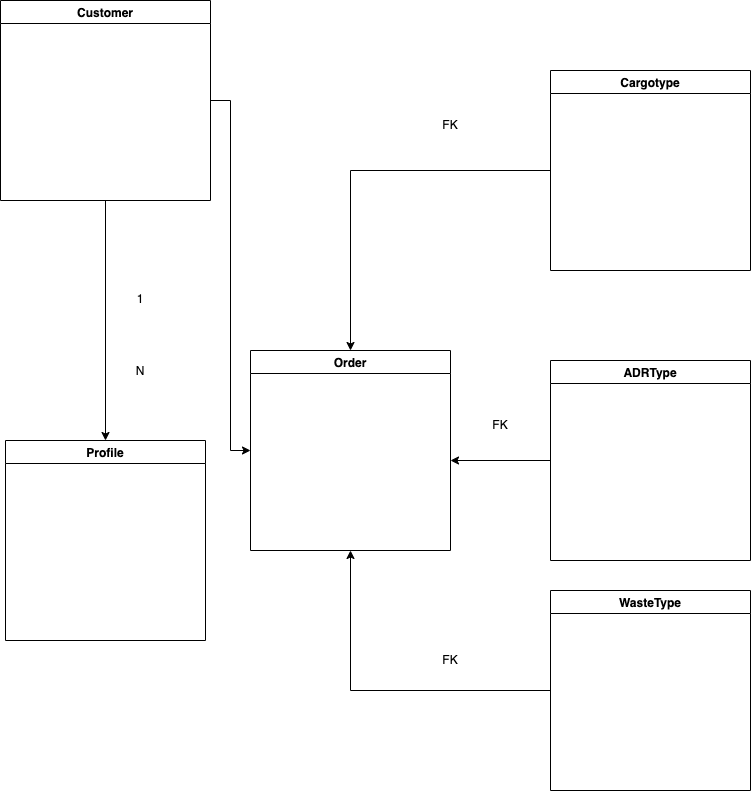
This is docs/DataBaseGrap.drawio.png from crowstrong/Dispo, a draw.io export, as it was before one commit. Source tidied: cells renumbered, new cells last; positions are measured from the earlier drawing's top-left corner, leaving out a move shared by most shapes.
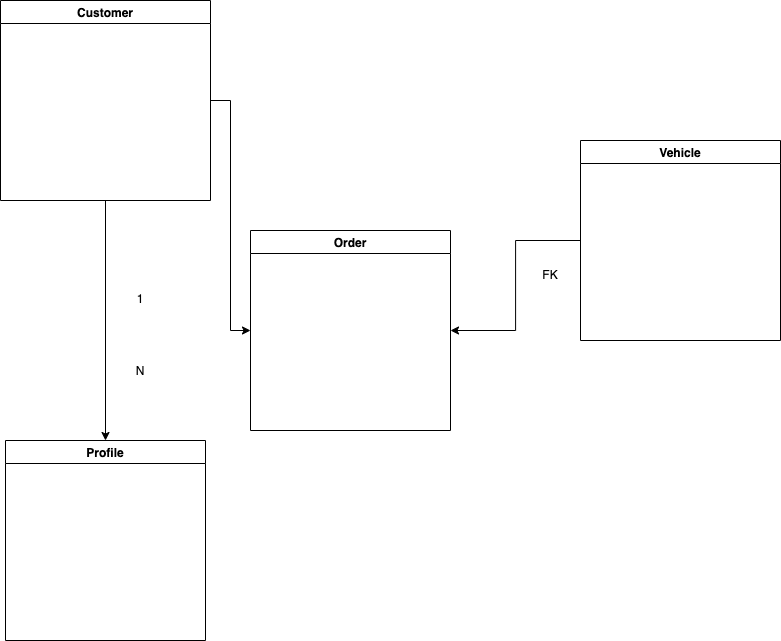
The same diagram one commit later.

What changed in the source:
```diff
@@ -15,41 +15,17 @@
       <mxGeometry x="5" y="440" width="200" height="200" as="geometry" />
     </mxCell>
     <mxCell id="6" value="Order" style="swimlane;" parent="1" vertex="1">
-      <mxGeometry x="250" y="350" width="200" height="200" as="geometry" />
+      <mxGeometry x="250" y="230" width="200" height="200" as="geometry" />
     </mxCell>
-    <mxCell id="7" style="edgeStyle=orthogonalEdgeStyle;rounded=0;jettySize=auto;html=1;entryX=0.5;entryY=0;entryDx=0;entryDy=0;" parent="1" edge="1" source="8" target="6">
-      <mxGeometry relative="1" as="geometry">
-        <Array as="points">
-          <mxPoint x="350" y="170" />
-        </Array>
-      </mxGeometry>
-    </mxCell>
-    <mxCell id="8" value="Cargotype" style="swimlane;" parent="1" vertex="1">
-      <mxGeometry x="550" y="70" width="200" height="200" as="geometry" />
-    </mxCell>
-    <mxCell id="9" style="edgeStyle=orthogonalEdgeStyle;rounded=0;jettySize=auto;html=1;" parent="1" edge="1" source="10">
-      <mxGeometry relative="1" as="geometry">
-        <mxPoint x="450" y="460" as="targetPoint" />
-      </mxGeometry>
+    <mxCell id="9" style="edgeStyle=orthogonalEdgeStyle;rounded=0;jettySize=auto;html=1;entryX=1;entryY=0.5;entryDx=0;entryDy=0;" parent="1" edge="1" source="10" target="6">
+      <mxGeometry relative="1" as="geometry" />
     </mxCell>
-    <mxCell id="10" value="ADRType" style="swimlane;" parent="1" vertex="1">
-      <mxGeometry x="550" y="360" width="200" height="200" as="geometry" />
+    <mxCell id="10" value="Vehicle" style="swimlane;" parent="1" vertex="1">
+      <mxGeometry x="580" y="140" width="200" height="200" as="geometry" />
     </mxCell>
-    <mxCell id="11" style="edgeStyle=orthogonalEdgeStyle;rounded=0;jettySize=auto;html=1;entryX=0.5;entryY=1;entryDx=0;entryDy=0;" parent="1" edge="1" source="12" target="6">
-      <mxGeometry relative="1" as="geometry" />
-    </mxCell>
-    <mxCell id="12" value="WasteType" style="swimlane;" parent="1" vertex="1">
-      <mxGeometry x="550" y="590" width="200" height="200" as="geometry" />
-    </mxCell>
-    <mxCell id="13" value="FK" style="text;html=1;strokeColor=none;fillColor=none;align=center;verticalAlign=middle;whiteSpace=wrap;rounded=0;" parent="1" vertex="1">
-      <mxGeometry x="420" y="640" width="60" height="40" as="geometry" />
-    </mxCell>
     <mxCell id="14" value="FK" style="text;html=1;strokeColor=none;fillColor=none;align=center;verticalAlign=middle;whiteSpace=wrap;rounded=0;" parent="1" vertex="1">
-      <mxGeometry x="470" y="410" width="60" height="30" as="geometry" />
+      <mxGeometry x="520" y="260" width="60" height="30" as="geometry" />
     </mxCell>
-    <mxCell id="15" value="FK" style="text;html=1;strokeColor=none;fillColor=none;align=center;verticalAlign=middle;whiteSpace=wrap;rounded=0;" parent="1" vertex="1">
-      <mxGeometry x="420" y="110" width="60" height="30" as="geometry" />
-    </mxCell>
     <mxCell id="16" value="1 &lt;br&gt;&lt;br&gt;&lt;br&gt;&lt;br&gt;&lt;br&gt;N" style="text;html=1;strokeColor=none;fillColor=none;align=center;verticalAlign=middle;whiteSpace=wrap;rounded=0;" parent="1" vertex="1">
       <mxGeometry x="120" y="320" width="40" height="30" as="geometry" />
     </mxCell>
```
